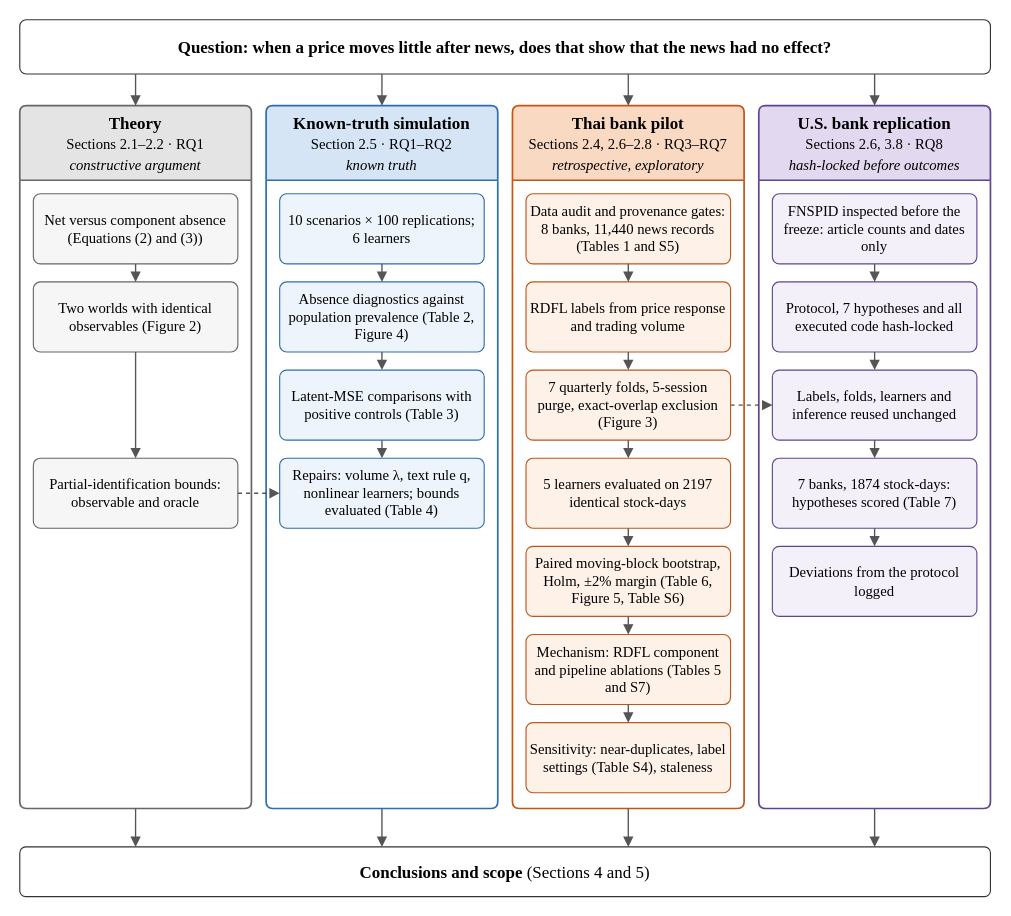
Before: figures/Figure1_study_design.drawio in Thanayut-crru/response-label-audit, a draw.io diagram. Source tidied: cells renumbered, new cells numbered last; positions are measured from the earlier drawing's top-left corner, leaving out a move shared by most shapes. Both pictures are drawn from the tidied source at 113%, with x=0, y=0 at pixel (19, 19).
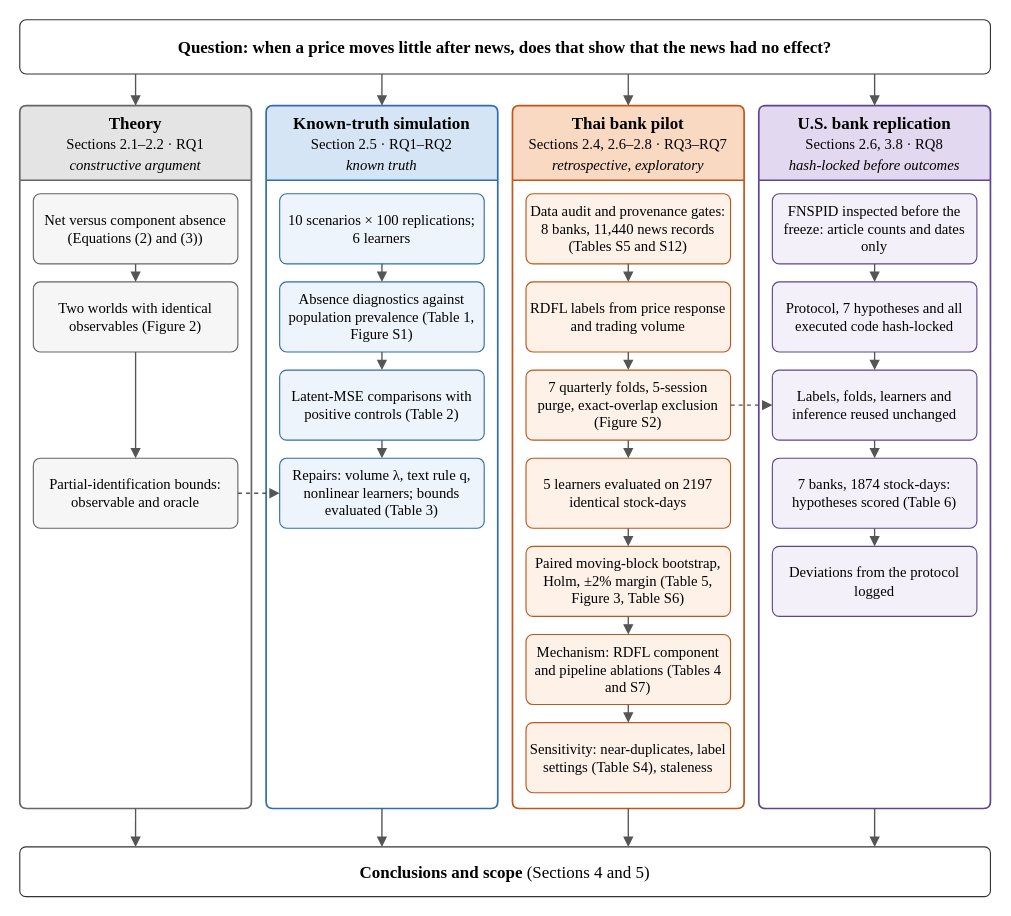
The same page after the edit.

Unchanged cells that the change refers to:
```xml
<mxCell id="8" value="&lt;b&gt;Known-truth simulation&lt;/b&gt;&lt;br&gt;&lt;span style=&quot;font-size:13px&quot;&gt;Section 2.5 · RQ1–RQ2&lt;/span&gt;&lt;br&gt;&lt;i&gt;&lt;span style=&quot;font-size:13px&quot;&gt;known truth&lt;/span&gt;&lt;/i&gt;" style="swimlane;html=1;whiteSpace=wrap;startSize=66;rounded=1;arcSize=3;fillColor=#D5E5F5;swimlaneFillColor=#FFFFFF;strokeColor=#2F6DB0;strokeWidth=1.5;fontFamily=Times New Roman;fontSize=15;fontStyle=0;" parent="1" vertex="1">
  <mxGeometry x="218" y="76" width="205" height="622" as="geometry" />
</mxCell>
<mxCell id="13" value="&lt;b&gt;Thai bank pilot&lt;/b&gt;&lt;br&gt;&lt;span style=&quot;font-size:13px&quot;&gt;Sections 2.4, 2.6–2.8 · RQ3–RQ7&lt;/span&gt;&lt;br&gt;&lt;i&gt;&lt;span style=&quot;font-size:13px&quot;&gt;retrospective, exploratory&lt;/span&gt;&lt;/i&gt;" style="swimlane;html=1;whiteSpace=wrap;startSize=66;rounded=1;arcSize=3;fillColor=#FAD9C2;swimlaneFillColor=#FFFFFF;strokeColor=#C0561A;strokeWidth=1.5;fontFamily=Times New Roman;fontSize=15;fontStyle=0;" parent="1" vertex="1">
  <mxGeometry x="436" y="76" width="205" height="622" as="geometry" />
</mxCell>
<mxCell id="21" value="&lt;b&gt;U.S. bank replication&lt;/b&gt;&lt;br&gt;&lt;span style=&quot;font-size:13px&quot;&gt;Sections 2.6, 3.8 · RQ8&lt;/span&gt;&lt;br&gt;&lt;i&gt;&lt;span style=&quot;font-size:13px&quot;&gt;hash-locked before outcomes&lt;/span&gt;&lt;/i&gt;" style="swimlane;html=1;whiteSpace=wrap;startSize=66;rounded=1;arcSize=3;fillColor=#E2D8EF;swimlaneFillColor=#FFFFFF;strokeColor=#5E4591;strokeWidth=1.5;fontFamily=Times New Roman;fontSize=15;fontStyle=0;" parent="1" vertex="1">
  <mxGeometry x="654" y="76" width="205" height="622" as="geometry" />
</mxCell>
```

The edit, as a diff of the source:
```diff
@@
-    <mxCell id="10" value="Absence diagnostics against population prevalence (Table 2, Figure 4)" style="rounded=1;arcSize=10;whiteSpace=wrap;html=1;fillColor=#EEF4FB;strokeColor=#2F6DB0;fontFamily=Times New Roman;fontSize=13;spacing=4;" parent="8" vertex="1">
+    <mxCell id="10" value="Absence diagnostics against population prevalence (Table 1, Figure S1)" style="rounded=1;arcSize=10;whiteSpace=wrap;html=1;fillColor=#EEF4FB;strokeColor=#2F6DB0;fontFamily=Times New Roman;fontSize=13;spacing=4;" parent="8" vertex="1">
       <mxGeometry x="12" y="156" width="181" height="62" as="geometry" />
     </mxCell>
-    <mxCell id="11" value="Latent-MSE comparisons with positive controls (Table 3)" style="rounded=1;arcSize=10;whiteSpace=wrap;html=1;fillColor=#EEF4FB;strokeColor=#2F6DB0;fontFamily=Times New Roman;fontSize=13;spacing=4;" parent="8" vertex="1">
+    <mxCell id="11" value="Latent-MSE comparisons with positive controls (Table 2)" style="rounded=1;arcSize=10;whiteSpace=wrap;html=1;fillColor=#EEF4FB;strokeColor=#2F6DB0;fontFamily=Times New Roman;fontSize=13;spacing=4;" parent="8" vertex="1">
       <mxGeometry x="12" y="234" width="181" height="62" as="geometry" />
     </mxCell>
-    <mxCell id="12" value="Repairs: volume λ, text rule q, nonlinear learners; bounds evaluated (Table 4)" style="rounded=1;arcSize=10;whiteSpace=wrap;html=1;fillColor=#EEF4FB;strokeColor=#2F6DB0;fontFamily=Times New Roman;fontSize=13;spacing=4;" parent="8" vertex="1">
+    <mxCell id="12" value="Repairs: volume λ, text rule q, nonlinear learners; bounds evaluated (Table 3)" style="rounded=1;arcSize=10;whiteSpace=wrap;html=1;fillColor=#EEF4FB;strokeColor=#2F6DB0;fontFamily=Times New Roman;fontSize=13;spacing=4;" parent="8" vertex="1">
       <mxGeometry x="12" y="312" width="181" height="62" as="geometry" />
     </mxCell>
@@
-    <mxCell id="14" value="Data audit and provenance gates: 8 banks, 11,440 news records (Tables 1 and S5)" style="rounded=1;arcSize=10;whiteSpace=wrap;html=1;fillColor=#FDF1E8;strokeColor=#C0561A;fontFamily=Times New Roman;fontSize=13;spacing=4;" parent="13" vertex="1">
+    <mxCell id="14" value="Data audit and provenance gates: 8 banks, 11,440 news records (Tables S5 and S12)" style="rounded=1;arcSize=10;whiteSpace=wrap;html=1;fillColor=#FDF1E8;strokeColor=#C0561A;fontFamily=Times New Roman;fontSize=13;spacing=4;" parent="13" vertex="1">
       <mxGeometry x="12" y="78" width="181" height="62" as="geometry" />
     </mxCell>
@@
-    <mxCell id="16" value="7 quarterly folds, 5-session purge, exact-overlap exclusion (Figure 3)" style="rounded=1;arcSize=10;whiteSpace=wrap;html=1;fillColor=#FDF1E8;strokeColor=#C0561A;fontFamily=Times New Roman;fontSize=13;spacing=4;" parent="13" vertex="1">
+    <mxCell id="16" value="7 quarterly folds, 5-session purge, exact-overlap exclusion (Figure S2)" style="rounded=1;arcSize=10;whiteSpace=wrap;html=1;fillColor=#FDF1E8;strokeColor=#C0561A;fontFamily=Times New Roman;fontSize=13;spacing=4;" parent="13" vertex="1">
       <mxGeometry x="12" y="234" width="181" height="62" as="geometry" />
     </mxCell>
@@
-    <mxCell id="18" value="Paired moving-block bootstrap, Holm, ±2% margin (Table 6, Figure 5, Table S6)" style="rounded=1;arcSize=10;whiteSpace=wrap;html=1;fillColor=#FDF1E8;strokeColor=#C0561A;fontFamily=Times New Roman;fontSize=13;spacing=4;" parent="13" vertex="1">
+    <mxCell id="18" value="Paired moving-block bootstrap, Holm, ±2% margin (Table 5, Figure 3, Table S6)" style="rounded=1;arcSize=10;whiteSpace=wrap;html=1;fillColor=#FDF1E8;strokeColor=#C0561A;fontFamily=Times New Roman;fontSize=13;spacing=4;" parent="13" vertex="1">
       <mxGeometry x="12" y="390" width="181" height="62" as="geometry" />
     </mxCell>
-    <mxCell id="19" value="Mechanism: RDFL component and pipeline ablations (Tables 5 and S7)" style="rounded=1;arcSize=10;whiteSpace=wrap;html=1;fillColor=#FDF1E8;strokeColor=#C0561A;fontFamily=Times New Roman;fontSize=13;spacing=4;" parent="13" vertex="1">
+    <mxCell id="19" value="Mechanism: RDFL component and pipeline ablations (Tables 4 and S7)" style="rounded=1;arcSize=10;whiteSpace=wrap;html=1;fillColor=#FDF1E8;strokeColor=#C0561A;fontFamily=Times New Roman;fontSize=13;spacing=4;" parent="13" vertex="1">
       <mxGeometry x="12" y="468" width="181" height="62" as="geometry" />
     </mxCell>
@@
-    <mxCell id="25" value="7 banks, 1874 stock-days: hypotheses scored (Table 7)" style="rounded=1;arcSize=10;whiteSpace=wrap;html=1;fillColor=#F4F0F9;strokeColor=#5E4591;fontFamily=Times New Roman;fontSize=13;spacing=4;" parent="21" vertex="1">
+    <mxCell id="25" value="7 banks, 1874 stock-days: hypotheses scored (Table 6)" style="rounded=1;arcSize=10;whiteSpace=wrap;html=1;fillColor=#F4F0F9;strokeColor=#5E4591;fontFamily=Times New Roman;fontSize=13;spacing=4;" parent="21" vertex="1">
       <mxGeometry x="12" y="312" width="181" height="62" as="geometry" />
     </mxCell>
```
